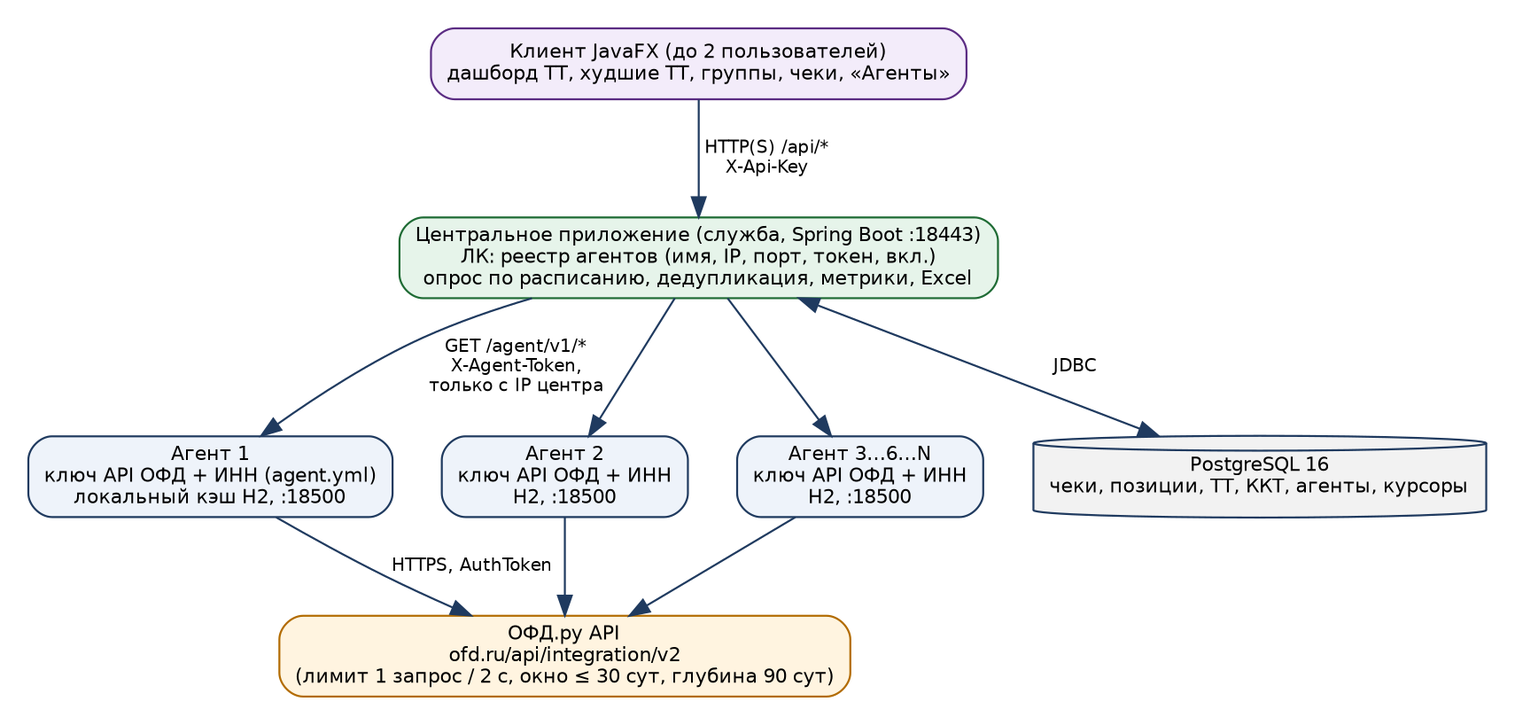
Earlier version of the Graphviz export docs/tz/arch_v2.png (Viacheslav666/Check_OFD). Its source is kept beside it as docs/tz/arch_v2.dot. Its diagram source:
```dot
digraph G {
  graph [rankdir=TB, fontname="DejaVu Sans", fontsize=11, nodesep=0.35, ranksep=0.55, bgcolor=white, pad=0.2];
  node  [shape=box, style="rounded,filled", fontname="DejaVu Sans", fontsize=10, fillcolor="#EEF3FA", color="#1F3A5F"];
  edge  [fontname="DejaVu Sans", fontsize=9, color="#1F3A5F"];

  ofd [label="ОФД.ру API\nofd.ru/api/integration/v2\n(лимит 1 запрос / 2 с, окно ≤ 30 сут, глубина 90 сут)", fillcolor="#FFF4E0", color="#B26B00"];

  subgraph cluster_rdp {
    label="RDP клиентов (Windows; до 6 сейчас, N в будущем)"; fontname="DejaVu Sans"; fontsize=10; style="dashed"; color="#7A869A";
    a1 [label="Агент 1\nключ API ОФД + ИНН (agent.yml)\nлокальный кэш H2, :18500"];
    a2 [label="Агент 2\nключ API ОФД + ИНН\nH2, :18500"];
    an [label="Агент 3…6…N\nключ API ОФД + ИНН\nH2, :18500"];
  }

  central [label="Центральное приложение (служба, Spring Boot :18443)\nЛК: реестр агентов (имя, IP, порт, токен, вкл.)\nопрос по расписанию, дедупликация, метрики, Excel", fillcolor="#E6F4EA", color="#1E6B34"];
  db [label="PostgreSQL 16\nчеки, позиции, ТТ, ККТ, агенты, курсоры", shape=cylinder, fillcolor="#F2F2F2"];
  client [label="Клиент JavaFX (до 2 пользователей)\nдашборд ТТ, худшие ТТ, группы, чеки, «Агенты»", fillcolor="#F3ECFA", color="#5B2C83"];

  a1 -> ofd [label=" HTTPS, AuthToken", dir=forward];
  a2 -> ofd;
  an -> ofd;
  central -> a1 [label=" GET /agent/v1/*\n X-Agent-Token,\n только с IP центра"];
  central -> a2;
  central -> an;
  central -> db [dir=both, label=" JDBC"];
  client -> central [label=" HTTP(S) /api/*\n X-Api-Key"];
  {rank=same; a1; a2; an;}
}
```
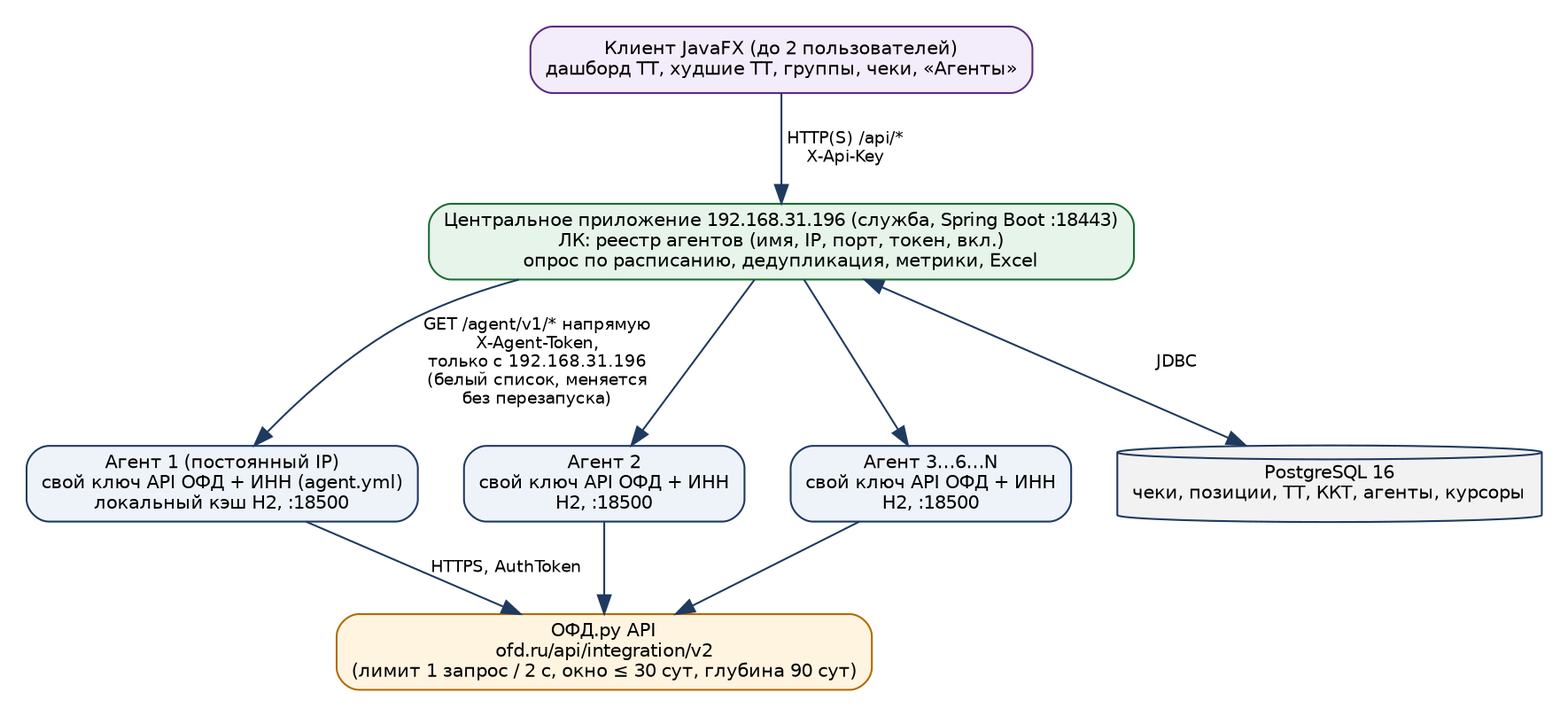
Above is the later version.

Commit message:
ТЗ v2.0 ред. 2: ответы заказчика (постоянные IP, центр 192.168.31.196, Windows Server 2019 без Docker, свой ключ у каждого клиента)

The edit, as a diff of the source:
```diff
@@ -6,20 +6,20 @@
   ofd [label="ОФД.ру API\nofd.ru/api/integration/v2\n(лимит 1 запрос / 2 с, окно ≤ 30 сут, глубина 90 сут)", fillcolor="#FFF4E0", color="#B26B00"];
 
   subgraph cluster_rdp {
-    label="RDP клиентов (Windows; до 6 сейчас, N в будущем)"; fontname="DejaVu Sans"; fontsize=10; style="dashed"; color="#7A869A";
-    a1 [label="Агент 1\nключ API ОФД + ИНН (agent.yml)\nлокальный кэш H2, :18500"];
-    a2 [label="Агент 2\nключ API ОФД + ИНН\nH2, :18500"];
-    an [label="Агент 3…6…N\nключ API ОФД + ИНН\nH2, :18500"];
+    label="RDP клиентов: Windows Server 2019, служба ofd-agent (Java 21 в комплекте, без Docker); 6 сейчас, N в будущем"; fontname="DejaVu Sans"; fontsize=10; style="dashed"; color="#7A869A";
+    a1 [label="Агент 1 (постоянный IP)\nсвой ключ API ОФД + ИНН (agent.yml)\nлокальный кэш H2, :18500"];
+    a2 [label="Агент 2\nсвой ключ API ОФД + ИНН\nH2, :18500"];
+    an [label="Агент 3…6…N\nсвой ключ API ОФД + ИНН\nH2, :18500"];
   }
 
-  central [label="Центральное приложение (служба, Spring Boot :18443)\nЛК: реестр агентов (имя, IP, порт, токен, вкл.)\nопрос по расписанию, дедупликация, метрики, Excel", fillcolor="#E6F4EA", color="#1E6B34"];
+  central [label="Центральное приложение 192.168.31.196 (служба, Spring Boot :18443)\nЛК: реестр агентов (имя, IP, порт, токен, вкл.)\nопрос по расписанию, дедупликация, метрики, Excel", fillcolor="#E6F4EA", color="#1E6B34"];
   db [label="PostgreSQL 16\nчеки, позиции, ТТ, ККТ, агенты, курсоры", shape=cylinder, fillcolor="#F2F2F2"];
   client [label="Клиент JavaFX (до 2 пользователей)\nдашборд ТТ, худшие ТТ, группы, чеки, «Агенты»", fillcolor="#F3ECFA", color="#5B2C83"];
 
   a1 -> ofd [label=" HTTPS, AuthToken", dir=forward];
   a2 -> ofd;
   an -> ofd;
-  central -> a1 [label=" GET /agent/v1/*\n X-Agent-Token,\n только с IP центра"];
+  central -> a1 [label=" GET /agent/v1/* напрямую\n X-Agent-Token,\n только с 192.168.31.196\n (белый список, меняется\n без перезапуска)"];
   central -> a2;
   central -> an;
   central -> db [dir=both, label=" JDBC"];
```
